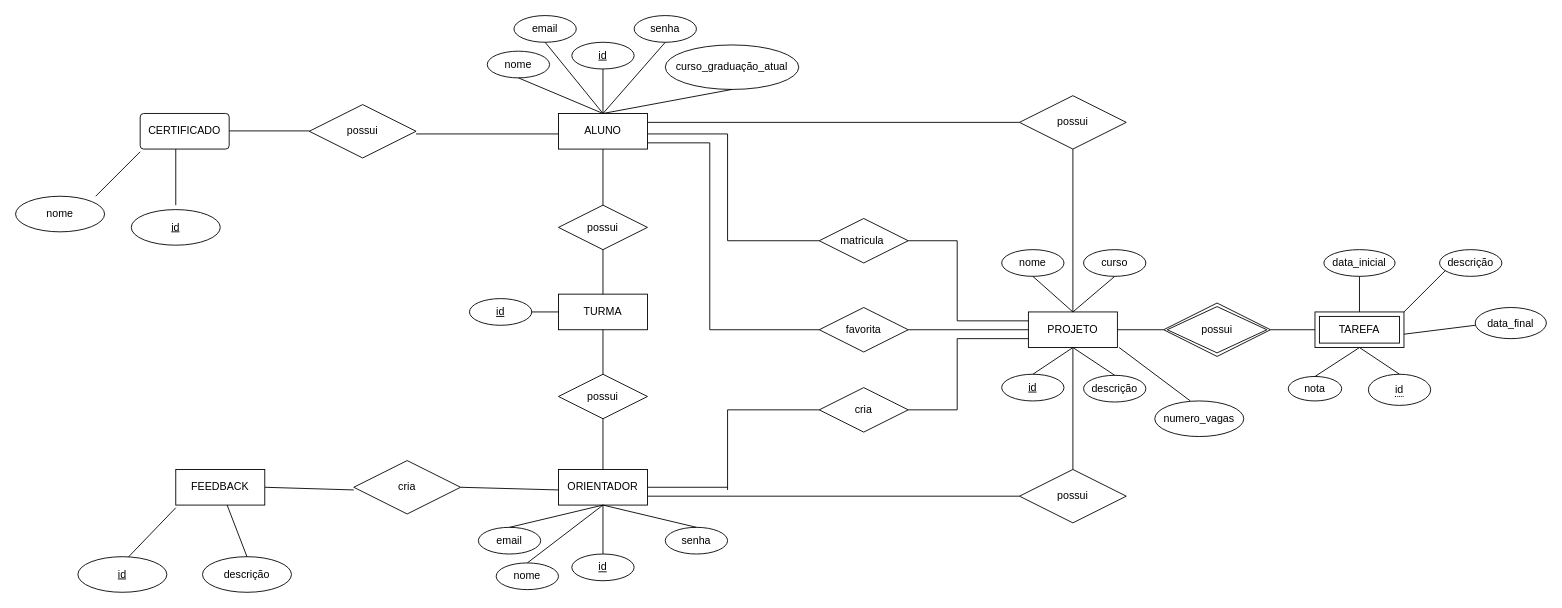
Earlier version of the draw.io diagram page "DER" (5 of 6) of Sprint2/Sprint2.drawio (BabiDoo/TI2-GRUPO25). Source tidied: cells renumbered, new cells numbered last; positions are measured from the earlier drawing's top-left corner, leaving out a move shared by most shapes. Both pictures are drawn from the tidied source at 89%, with x=0, y=0 at pixel (15, 15).
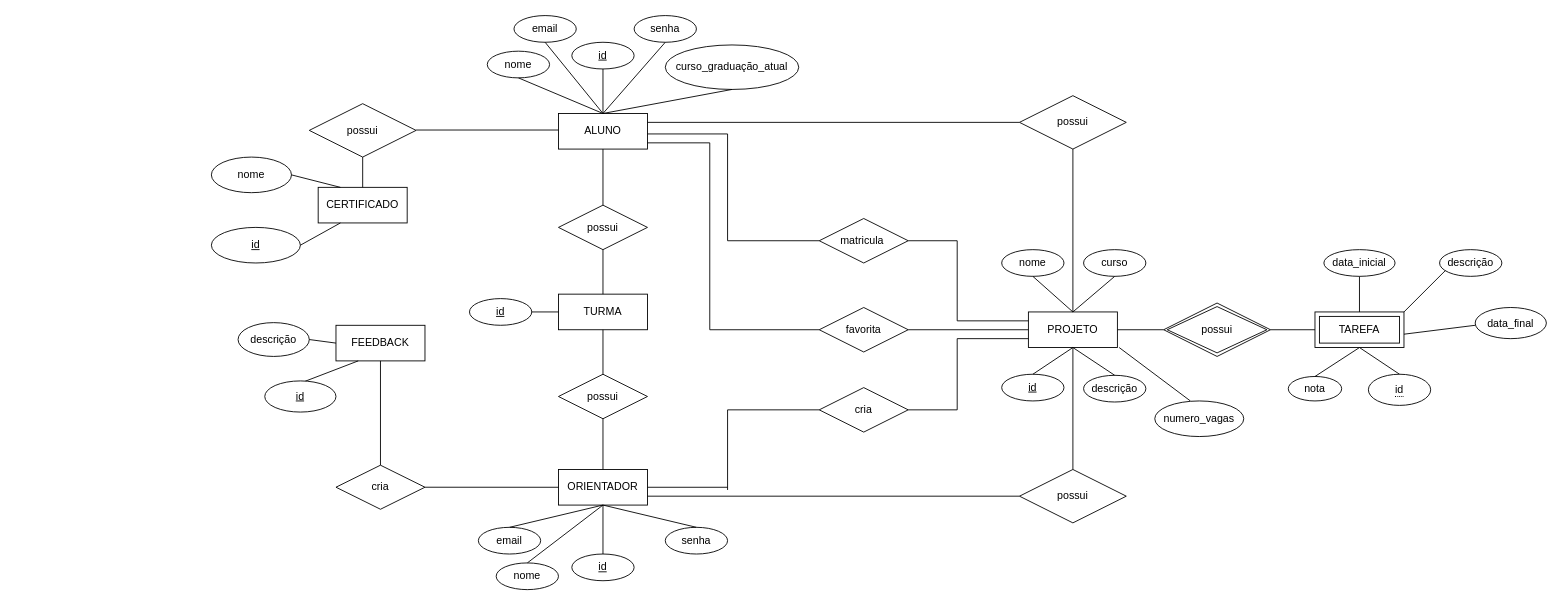
After the change.

The change refers to these unchanged cells:
```xml
<mxCell id="18" value="ORIENTADOR" style="whiteSpace=wrap;html=1;align=center;" parent="1" vertex="1">
  <mxGeometry x="610" y="510" width="100" height="40" as="geometry" />
</mxCell>
```

The edit, as a diff of the source:
```diff
@@
     <mxCell id="81" style="endArrow=none;html=1;rounded=0;" parent="1" edge="1">
       <mxGeometry relative="1" as="geometry">
-        <mxPoint x="450" y="133" as="sourcePoint" />
-        <mxPoint x="610" y="133" as="targetPoint" />
+        <mxPoint x="450" y="128.6" as="sourcePoint" />
+        <mxPoint x="610" y="128.6" as="targetPoint" />
       </mxGeometry>
     </mxCell>
     <mxCell id="82" value="possui" style="shape=rhombus;perimeter=rhombusPerimeter;whiteSpace=wrap;html=1;align=center;" parent="1" vertex="1">
-      <mxGeometry x="330" y="100" width="120" height="60" as="geometry" />
+      <mxGeometry x="330" y="99" width="120" height="60" as="geometry" />
     </mxCell>
-    <mxCell id="83" style="endArrow=none;html=1;rounded=0;" parent="1" edge="1">
-      <mxGeometry relative="1" as="geometry">
-        <mxPoint x="240" y="129.6" as="sourcePoint" />
-        <mxPoint x="330" y="129.6" as="targetPoint" />
-      </mxGeometry>
-    </mxCell>
-    <mxCell id="84" value="CERTIFICADO" style="rounded=1;arcSize=10;whiteSpace=wrap;html=1;align=center;" parent="1" vertex="1">
-      <mxGeometry x="140" y="110" width="100" height="40" as="geometry" />
-    </mxCell>
-    <mxCell id="85" style="endArrow=none;html=1;rounded=0;" parent="1" edge="1">
-      <mxGeometry relative="1" as="geometry">
-        <mxPoint x="180" y="213" as="sourcePoint" />
-        <mxPoint x="180" y="150" as="targetPoint" />
-      </mxGeometry>
-    </mxCell>
     <mxCell id="86" value="id" style="ellipse;whiteSpace=wrap;html=1;align=center;fontStyle=4;" parent="1" vertex="1">
-      <mxGeometry x="130" y="218" width="100" height="40" as="geometry" />
+      <mxGeometry x="220" y="238" width="100" height="40" as="geometry" />
     </mxCell>
-    <mxCell id="87" style="endArrow=none;html=1;rounded=0;" parent="1" edge="1">
-      <mxGeometry relative="1" as="geometry">
-        <mxPoint x="90" y="203" as="sourcePoint" />
-        <mxPoint x="140" y="153" as="targetPoint" />
-      </mxGeometry>
-    </mxCell>
     <mxCell id="88" value="nome" style="ellipse;whiteSpace=wrap;html=1;align=center;" parent="1" vertex="1">
-      <mxGeometry y="203" width="100" height="40" as="geometry" />
+      <mxGeometry x="220" y="159" width="90" height="40" as="geometry" />
     </mxCell>
-    <mxCell id="89" style="endArrow=none;html=1;rounded=0;exitX=1;exitY=0.5;exitDx=0;exitDy=0;" parent="1" edge="1" source="90">
-      <mxGeometry relative="1" as="geometry">
-        <mxPoint x="610" y="533" as="targetPoint" />
-      </mxGeometry>
-    </mxCell>
     <mxCell id="90" value="cria" style="shape=rhombus;perimeter=rhombusPerimeter;whiteSpace=wrap;html=1;align=center;" parent="1" vertex="1">
-      <mxGeometry x="380" y="500" width="120" height="60" as="geometry" />
+      <mxGeometry x="360" y="505.2" width="100" height="49.5" as="geometry" />
     </mxCell>
-    <mxCell id="91" style="endArrow=none;html=1;rounded=0;exitX=1;exitY=0.5;exitDx=0;exitDy=0;" parent="1" edge="1" source="92">
-      <mxGeometry relative="1" as="geometry">
-        <mxPoint x="380" y="533" as="targetPoint" />
-      </mxGeometry>
-    </mxCell>
     <mxCell id="92" value="FEEDBACK" style="whiteSpace=wrap;html=1;align=center;" parent="1" vertex="1">
-      <mxGeometry x="180" y="510" width="100" height="40" as="geometry" />
+      <mxGeometry x="360" y="348" width="100" height="40" as="geometry" />
     </mxCell>
-    <mxCell id="93" style="endArrow=none;html=1;rounded=0;exitX=0.567;exitY=0.011;exitDx=0;exitDy=0;exitPerimeter=0;" parent="1" edge="1" source="94">
-      <mxGeometry relative="1" as="geometry">
-        <mxPoint x="180" y="553" as="targetPoint" />
-      </mxGeometry>
+    <mxCell id="93" style="endArrow=none;html=1;rounded=0;exitX=0.567;exitY=0.011;exitDx=0;exitDy=0;exitPerimeter=0;entryX=0.25;entryY=1;entryDx=0;entryDy=0;" parent="1" edge="1" source="94" target="92">
+      <mxGeometry relative="1" as="geometry" />
     </mxCell>
     <mxCell id="94" value="id" style="ellipse;whiteSpace=wrap;html=1;align=center;fontStyle=4;" parent="1" vertex="1">
-      <mxGeometry x="70" y="608" width="100" height="40" as="geometry" />
+      <mxGeometry x="280" y="410.5" width="80" height="35" as="geometry" />
     </mxCell>
     <mxCell id="95" value="descrição" style="ellipse;whiteSpace=wrap;html=1;align=center;" parent="1" vertex="1">
-      <mxGeometry x="210" y="608" width="100" height="40" as="geometry" />
+      <mxGeometry x="250" y="345" width="80" height="38" as="geometry" />
     </mxCell>
+    <mxCell id="84" value="CERTIFICADO" style="whiteSpace=wrap;html=1;align=center;" parent="1" vertex="1">
+      <mxGeometry x="340" y="193" width="100" height="40" as="geometry" />
+    </mxCell>
+    <mxCell id="97" style="endArrow=none;html=1;rounded=0;exitX=1;exitY=0.5;exitDx=0;exitDy=0;entryX=0;entryY=0.5;entryDx=0;entryDy=0;" parent="1" edge="1" source="90" target="18">
+      <mxGeometry relative="1" as="geometry" />
+    </mxCell>
-    <mxCell id="96" style="endArrow=none;html=1;rounded=0;exitX=0.5;exitY=0;exitDx=0;exitDy=0;" parent="1" edge="1" source="95" target="92">
+    <mxCell id="96" style="endArrow=none;html=1;rounded=0;exitX=1;exitY=0.5;exitDx=0;exitDy=0;entryX=0;entryY=0.5;entryDx=0;entryDy=0;" parent="1" edge="1" source="95" target="92">
       <mxGeometry relative="1" as="geometry" />
     </mxCell>
+    <mxCell id="98" style="endArrow=none;html=1;rounded=0;entryX=0.5;entryY=0;entryDx=0;entryDy=0;exitX=0.5;exitY=1;exitDx=0;exitDy=0;" parent="1" edge="1" source="92" target="90">
+      <mxGeometry relative="1" as="geometry" />
+    </mxCell>
+    <mxCell id="99" style="endArrow=none;html=1;rounded=0;exitX=0.5;exitY=1;exitDx=0;exitDy=0;entryX=0.5;entryY=0;entryDx=0;entryDy=0;" parent="1" edge="1" source="82" target="84">
+      <mxGeometry relative="1" as="geometry" />
+    </mxCell>
+    <mxCell id="100" style="endArrow=none;html=1;rounded=0;exitX=0.25;exitY=1;exitDx=0;exitDy=0;entryX=1;entryY=0.5;entryDx=0;entryDy=0;" parent="1" edge="1" source="84" target="86">
+      <mxGeometry relative="1" as="geometry" />
+    </mxCell>
+    <mxCell id="101" style="endArrow=none;html=1;rounded=0;exitX=1;exitY=0.5;exitDx=0;exitDy=0;entryX=0.25;entryY=0;entryDx=0;entryDy=0;" parent="1" edge="1" source="88" target="84">
+      <mxGeometry relative="1" as="geometry" />
+    </mxCell>
```
